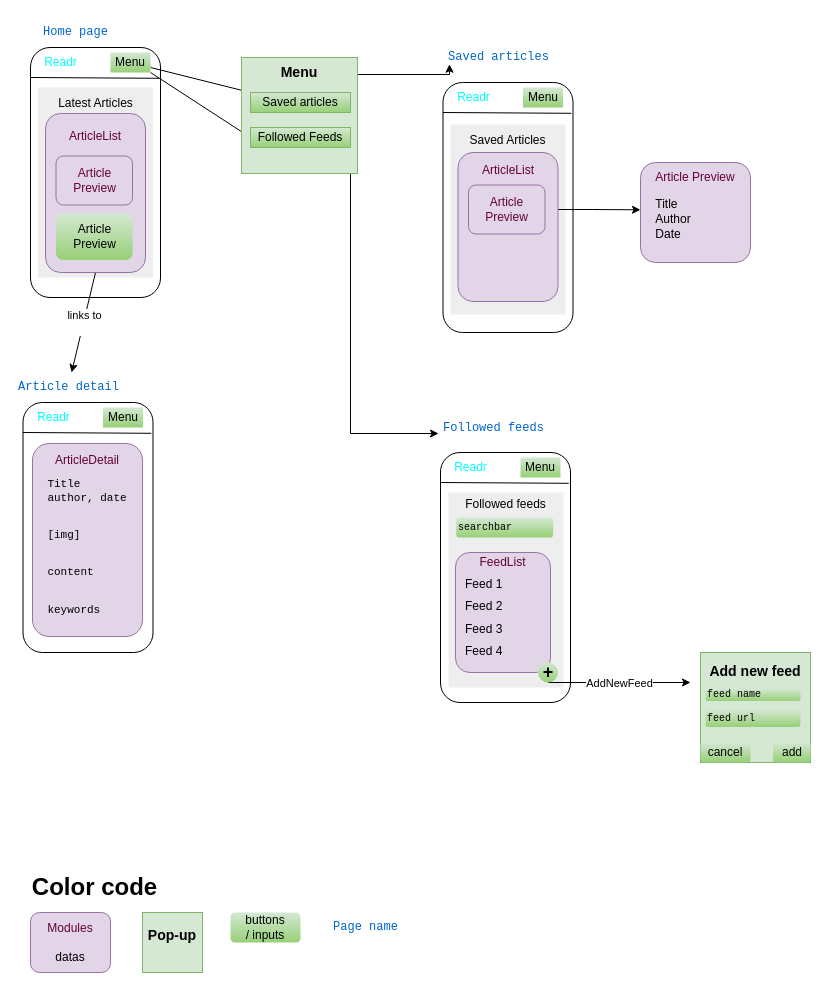
The draw.io diagram Readr.drawio in cetrl/Zephyr, before the edit. Source tidied: cells renumbered, new cells numbered last; positions are measured from the earlier drawing's top-left corner, leaving out a move shared by most shapes. Both pictures are drawn from the tidied source at 100%, with x=0, y=0 at pixel (19, 17).
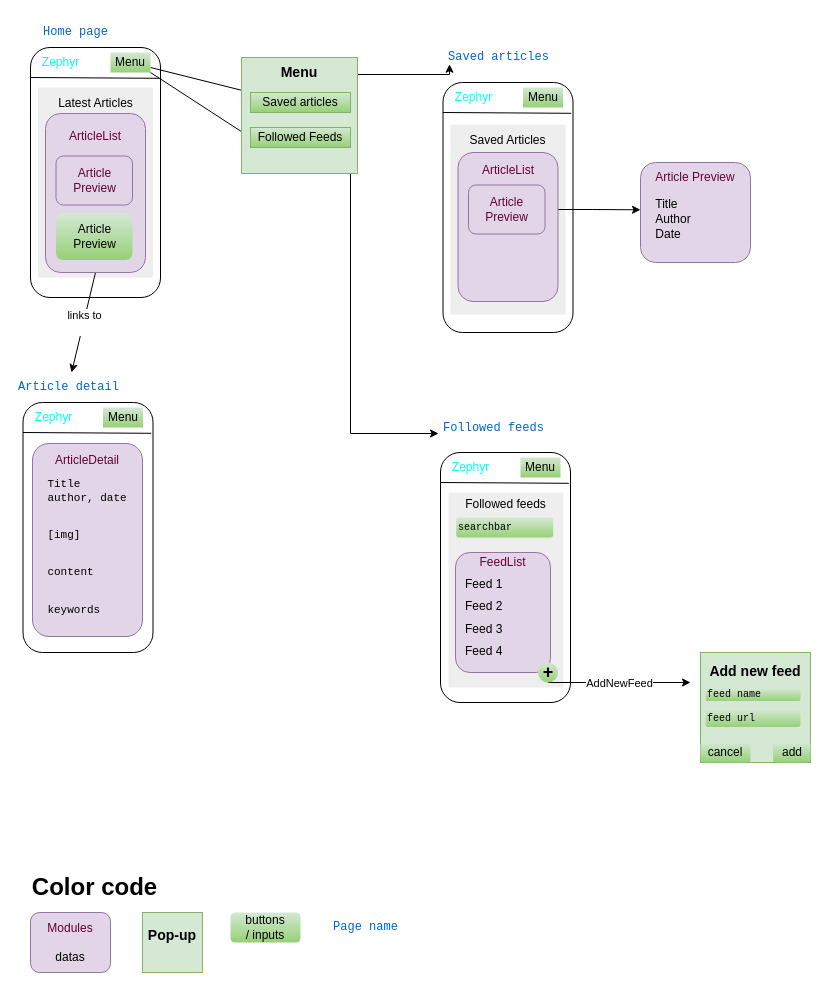
The same page after the edit.

Commit message (it also covers changes not shown here):
named changed to Zephyr

Unchanged cells that the change refers to:
```xml
<mxCell id="36" style="group;" parent="1" vertex="1">
  <mxGeometry x="11" y="30" width="128.6" height="30.8" as="geometry" />
</mxCell>
<mxCell id="40" style="group;" parent="1" vertex="1">
  <mxGeometry x="423.5" y="65" width="128.3" height="30.8" as="geometry" />
</mxCell>
<mxCell id="61" style="group;" parent="1" vertex="1">
  <mxGeometry x="421" y="435" width="128.3" height="30.8" as="geometry" />
</mxCell>
<mxCell id="65" style="group;" parent="1" vertex="1">
  <mxGeometry x="3.5" y="385" width="128.3" height="30.8" as="geometry" />
</mxCell>
```

Change to the diagram source:
```diff
@@
-    <mxCell id="38" value="&lt;font&gt;Readr&lt;/font&gt;" style="text;html=1;align=center;verticalAlign=middle;strokeColor=none;fillColor=none;fontColor=#00FFFF;" parent="36" vertex="1">
+    <mxCell id="38" value="&lt;font&gt;Zephyr&lt;/font&gt;" style="text;html=1;align=center;verticalAlign=middle;strokeColor=none;fillColor=none;fontColor=#00FFFF;" parent="36" vertex="1">
       <mxGeometry width="60" height="30" as="geometry" />
     </mxCell>
@@
-    <mxCell id="41" value="&lt;font&gt;Readr&lt;/font&gt;" style="text;html=1;align=center;verticalAlign=middle;strokeColor=none;fillColor=none;fontColor=#00FFFF;" parent="40" vertex="1">
+    <mxCell id="41" value="&lt;font&gt;Zephyr&lt;/font&gt;" style="text;html=1;align=center;verticalAlign=middle;strokeColor=none;fillColor=none;fontColor=#00FFFF;" parent="40" vertex="1">
       <mxGeometry width="60" height="30" as="geometry" />
     </mxCell>
@@
-    <mxCell id="62" value="&lt;font&gt;Readr&lt;/font&gt;" style="text;html=1;align=center;verticalAlign=middle;strokeColor=none;fillColor=none;fontColor=#00FFFF;" parent="61" vertex="1">
+    <mxCell id="62" value="&lt;font&gt;Zephyr&lt;/font&gt;" style="text;html=1;align=center;verticalAlign=middle;strokeColor=none;fillColor=none;fontColor=#00FFFF;" parent="61" vertex="1">
       <mxGeometry width="60" height="30" as="geometry" />
     </mxCell>
@@
-    <mxCell id="66" value="&lt;font&gt;Readr&lt;/font&gt;" style="text;html=1;align=center;verticalAlign=middle;strokeColor=none;fillColor=none;fontColor=#00FFFF;" parent="65" vertex="1">
+    <mxCell id="66" value="&lt;font&gt;Zephyr&lt;/font&gt;" style="text;html=1;align=center;verticalAlign=middle;strokeColor=none;fillColor=none;fontColor=#00FFFF;" parent="65" vertex="1">
       <mxGeometry width="60" height="30" as="geometry" />
     </mxCell>
```
